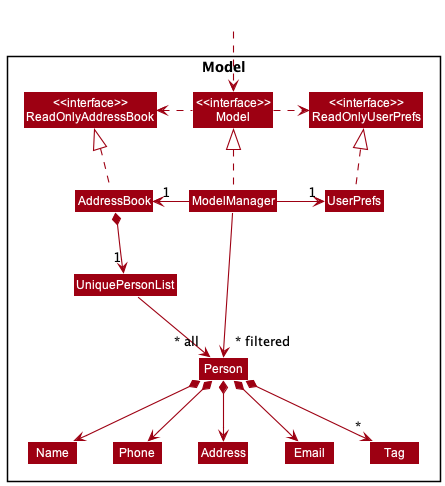
nus-cs2103-AY2223S2/tp keeps this PlantUML diagram as docs/images/ModelClassDiagram.png. Above is the earlier version.
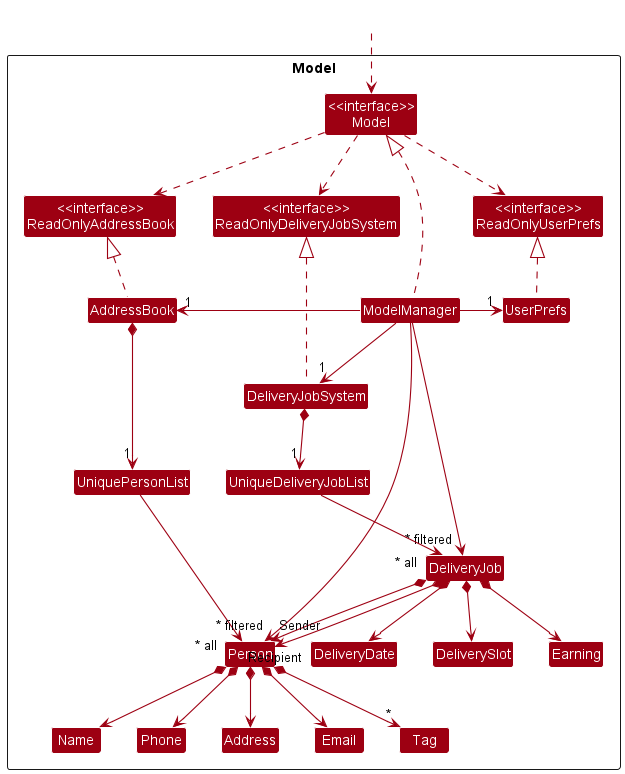
After the commit.

Commit message:
Update storage and model details in DG

Diff of the diagram source:
```diff
@@ -20,6 +20,13 @@
 Class Phone
 Class Tag
 
+Class "<<interface>>\nReadOnlyDeliveryJobSystem" as ReadOnlyDeliveryJobSystem
+Class DeliveryJobSystem
+Class UniqueDeliveryJobList
+Class DeliveryJob
+Class DeliveryDate
+Class DeliverySlot
+Class Earning
 }
 
 Class HiddenOutside #FFFFFF
@@ -28,10 +35,14 @@
 AddressBook .up.|> ReadOnlyAddressBook
 
 ModelManager .up.|> Model
-Model .right.> ReadOnlyUserPrefs
-Model .left.> ReadOnlyAddressBook
+Model ..> ReadOnlyUserPrefs
+Model ..> ReadOnlyAddressBook
+Model ..> ReadOnlyDeliveryJobSystem
+
 ModelManager -left-> "1" AddressBook
 ModelManager -right-> "1" UserPrefs
+ModelManager --> "1" DeliveryJobSystem
+
 UserPrefs .up.|> ReadOnlyUserPrefs
 
 AddressBook *--> "1" UniquePersonList
@@ -47,4 +58,14 @@
 Address -[hidden]right-> Email
 
 ModelManager -->"~* filtered" Person
+ModelManager -->"~* filtered" DeliveryJob
+
+DeliveryJobSystem .up.|> ReadOnlyDeliveryJobSystem
+DeliveryJobSystem *--> "1" UniqueDeliveryJobList
+UniqueDeliveryJobList --> "~* all" DeliveryJob
+DeliveryJob *--> DeliveryDate
+DeliveryJob *--> DeliverySlot
+DeliveryJob *--> Earning
+DeliveryJob *--> "Sender" Person
+DeliveryJob *--> "Recipient" Person
 @enduml
```
